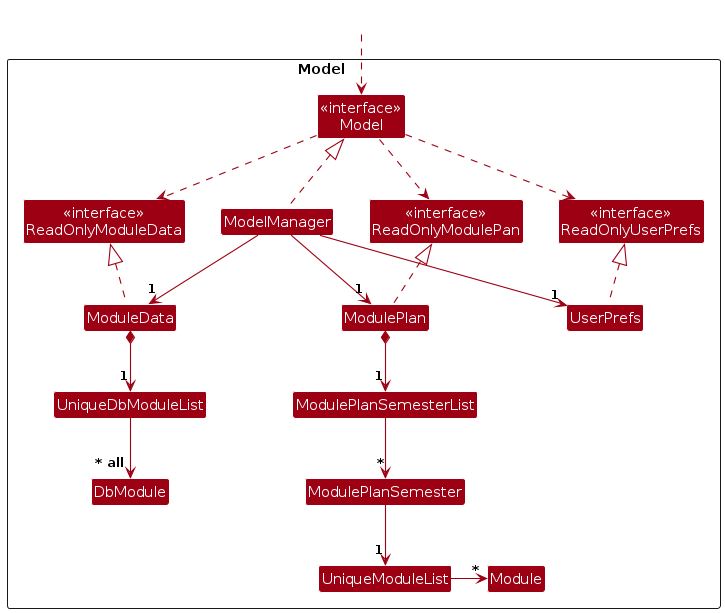
Before: diagrams/ModelClassDiagram.png, a diagram exported from PlantUML (ji-just-ji/tp). Its source is kept beside it as diagrams/ModelClassDiagram.puml.
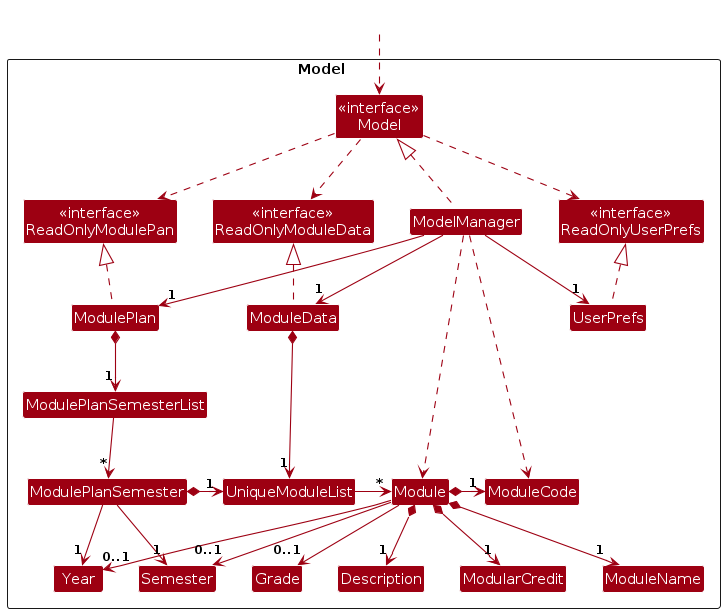
The same diagram one commit later.

The edit, as a diff of the source:
```diff
@@ -20,10 +20,16 @@
 Class UniqueModuleList
 Class Module
 
+Class Description
+Class ModularCredit
+Class Grade
+Class ModuleCode
+Class ModuleName
+Class Year
+Class Semester
+
 Class "<<interface>>\nReadOnlyModuleData" as ReadOnlyModuleData
 Class ModuleData
-Class UniqueDbModuleList
-Class DbModule
 }
 
 Class HiddenOutside #FFFFFF
@@ -38,17 +44,34 @@
 ModelManager --> "1" ModulePlan
 ModelManager --> "1" UserPrefs
 ModelManager --> "1" ModuleData
+ModelManager ..> Module
+ModelManager ..> ModuleCode
 ModuleData .up.|> ReadOnlyModuleData
 UserPrefs .up.|> ReadOnlyUserPrefs
 
 ModulePlan *--> "1" ModulePlanSemesterList
 ModulePlanSemesterList --> "~*" ModulePlanSemester
-ModulePlanSemester --> "1" UniqueModuleList
-ModuleData *--> "1" UniqueDbModuleList
-UniqueDbModuleList --> "~* all" DbModule
+ModulePlanSemester *-> "1" UniqueModuleList
+ModuleData *--> "1" UniqueModuleList
 UniqueModuleList -> "~*" Module
 
+ModulePlanSemester --> "1" Year
+ModulePlanSemester --> "1" Semester
+
+Module *-> "1" ModuleCode
+Module *--> "1" ModuleName
+Module *--> "1" ModularCredit
+Module --> "0..1" Grade
+Module *--> "1" Description
+Module --> "0..1" Year
+Module --> "0..1" Semester
+
+ReadOnlyModulePlan -[hidden]right--> ReadOnlyModuleData
 ReadOnlyModuleData -[hidden]right--> ModelManager
-ModelManager -[hidden]right--> ReadOnlyModulePlan
-ReadOnlyModulePlan -[hidden]right--> ReadOnlyUserPrefs
+ModelManager -[hidden]right--> ReadOnlyUserPrefs
+
+Year -[hidden]right-> Semester
+Semester -[hidden]right-> Grade
+
+
 @enduml
```
